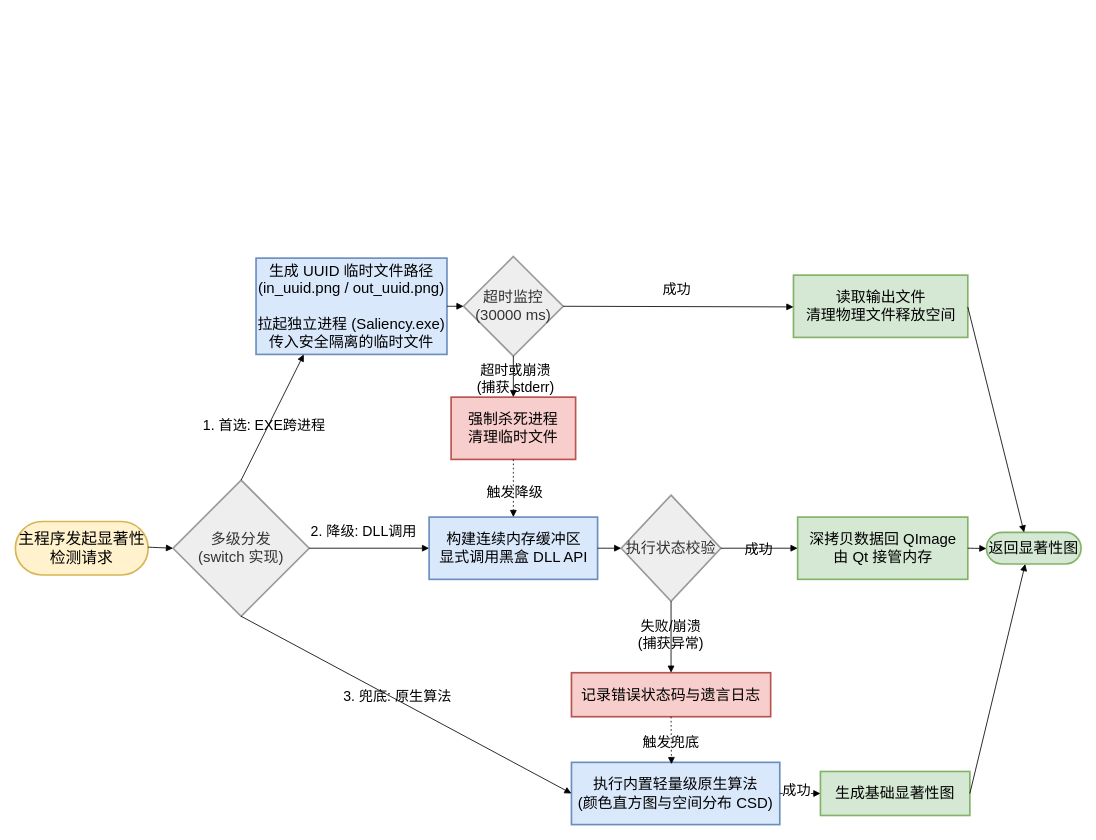
Earlier version of the draw.io diagram page "第 4 页" (3 of 10) of dialog工厂.drawio (crazyBeliever-He/Mermaid-). Source tidied: cells renumbered, new cells numbered last; positions are measured from the earlier drawing's top-left corner, leaving out a move shared by most shapes. Both pictures are drawn from the tidied source at 83%, with x=0, y=0 at pixel (15, 256).
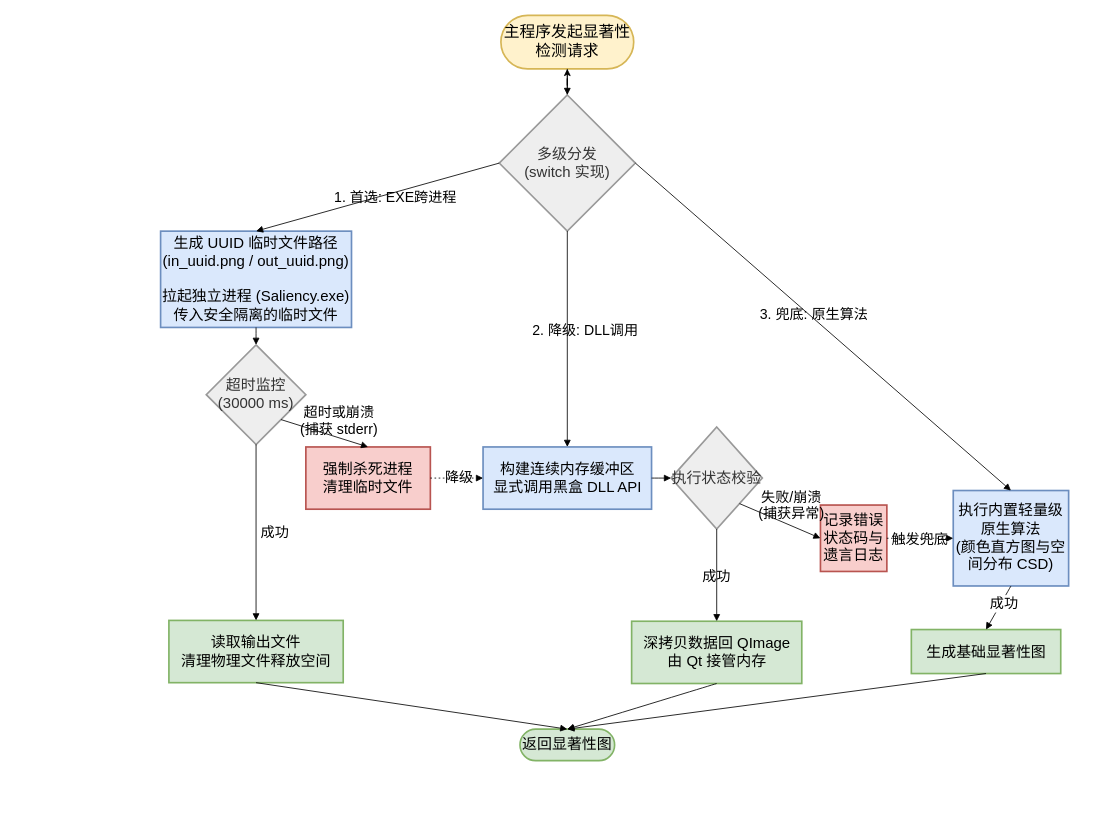
After the change.

Change to the diagram source:
```diff
@@
     <mxCell id="2" value="主程序发起显著性检测请求" style="rounded=1;whiteSpace=wrap;arcSize=50;strokeWidth=2;fillColor=#fff2cc;strokeColor=#d6b656;fontSize=19;" parent="1" vertex="1">
-      <mxGeometry y="319.8" width="160" height="64.5" as="geometry" />
+      <mxGeometry x="585" y="-290" width="160" height="64.5" as="geometry" />
     </mxCell>
+    <mxCell id="32" style="edgeStyle=orthogonalEdgeStyle;rounded=0;jettySize=auto;html=1;" parent="1" edge="1" source="3" target="2">
+      <mxGeometry relative="1" as="geometry" />
+    </mxCell>
     <mxCell id="3" value="多级分发&#10;(switch 实现)" style="rhombus;strokeWidth=2;whiteSpace=wrap;fillColor=light-dark(#eeeeee,#1f2020);strokeColor=light-dark(#999999,#cccccc);fontColor=light-dark(#333333,#cccccc);fontSize=18;" parent="1" vertex="1">
-      <mxGeometry x="190" y="270" width="164" height="164" as="geometry" />
+      <mxGeometry x="583" y="-194" width="164" height="164" as="geometry" />
     </mxCell>
     <mxCell id="4" value="生成 UUID 临时文件路径&#10;(in_uuid.png / out_uuid.png)&#10;&#10;拉起独立进程 (Saliency.exe)&#10;传入安全隔离的临时文件" style="whiteSpace=wrap;strokeWidth=2;fillColor=#dae8fc;strokeColor=#6c8ebf;align=center;fontSize=18;" parent="1" vertex="1">
-      <mxGeometry x="290" y="2.5" width="230" height="116" as="geometry" />
+      <mxGeometry x="175" y="-30" width="230" height="116" as="geometry" />
     </mxCell>
     <mxCell id="5" value="超时监控&#10;(30000 ms)" style="rhombus;strokeWidth=2;whiteSpace=wrap;fillColor=light-dark(#eeeeee,#1f2020);strokeColor=light-dark(#999999,#cccccc);fontColor=light-dark(#333333,#cccccc);fontSize=18;" parent="1" vertex="1">
-      <mxGeometry x="540" y="0.5" width="120" height="120" as="geometry" />
+      <mxGeometry x="230" y="107" width="120" height="120" as="geometry" />
     </mxCell>
     <mxCell id="6" value="强制杀死进程&#10;清理临时文件" style="whiteSpace=wrap;strokeWidth=2;fillColor=#f8cecc;strokeColor=#b85450;fontSize=18;" parent="1" vertex="1">
-      <mxGeometry x="525" y="170" width="150" height="75" as="geometry" />
+      <mxGeometry x="350" y="230" width="150" height="75" as="geometry" />
     </mxCell>
     <mxCell id="7" value="读取输出文件&#10;清理物理文件释放空间" style="whiteSpace=wrap;strokeWidth=2;fillColor=#d5e8d4;strokeColor=#82b366;fontSize=18;" parent="1" vertex="1">
-      <mxGeometry x="937.5" y="23" width="210" height="75" as="geometry" />
+      <mxGeometry x="185" y="439" width="210" height="75" as="geometry" />
     </mxCell>
     <mxCell id="8" value="返回显著性图" style="rounded=1;whiteSpace=wrap;arcSize=50;strokeWidth=2;fillColor=#d5e8d4;strokeColor=#82b366;fontSize=18;" parent="1" vertex="1">
-      <mxGeometry x="1170" y="333" width="114" height="38" as="geometry" />
+      <mxGeometry x="608" y="570" width="114" height="38" as="geometry" />
     </mxCell>
     <mxCell id="9" value="构建连续内存缓冲区&#10;显式调用黑盒 DLL API" style="whiteSpace=wrap;strokeWidth=2;fillColor=#dae8fc;strokeColor=#6c8ebf;fontSize=18;" parent="1" vertex="1">
-      <mxGeometry x="498.5" y="314.5" width="203" height="75" as="geometry" />
+      <mxGeometry x="563.5" y="230" width="203" height="75" as="geometry" />
     </mxCell>
     <mxCell id="10" value="执行状态校验" style="rhombus;strokeWidth=2;whiteSpace=wrap;fillColor=light-dark(#eeeeee,#1f2020);strokeColor=light-dark(#999999,#cccccc);fontColor=light-dark(#333333,#cccccc);fontSize=18;" parent="1" vertex="1">
-      <mxGeometry x="730" y="288" width="120" height="128" as="geometry" />
+      <mxGeometry x="790" y="206" width="110" height="123" as="geometry" />
     </mxCell>
     <mxCell id="11" value="深拷贝数据回 QImage&#10;由 Qt 接管内存" style="whiteSpace=wrap;strokeWidth=2;fillColor=#d5e8d4;strokeColor=#82b366;fontSize=18;" parent="1" vertex="1">
-      <mxGeometry x="942.5" y="314.5" width="205" height="75" as="geometry" />
+      <mxGeometry x="742.5" y="440" width="205" height="75" as="geometry" />
     </mxCell>
     <mxCell id="12" value="记录错误状态码与遗言日志" style="whiteSpace=wrap;strokeWidth=2;fillColor=#f8cecc;strokeColor=#b85450;fontSize=18;" parent="1" vertex="1">
-      <mxGeometry x="670" y="502" width="240" height="53" as="geometry" />
+      <mxGeometry x="970" y="300" width="80" height="80" as="geometry" />
     </mxCell>
     <mxCell id="13" value="执行内置轻量级原生算法&#10;(颜色直方图与空间分布 CSD)" style="whiteSpace=wrap;strokeWidth=2;fillColor=#dae8fc;strokeColor=#6c8ebf;fontSize=18;" parent="1" vertex="1">
-      <mxGeometry x="670" y="610" width="251" height="75" as="geometry" />
+      <mxGeometry x="1130" y="282.5" width="139" height="115" as="geometry" />
     </mxCell>
     <mxCell id="14" value="生成基础显著性图" style="whiteSpace=wrap;strokeWidth=2;fillColor=#d5e8d4;strokeColor=#82b366;fontSize=18;" parent="1" vertex="1">
-      <mxGeometry x="970" y="621" width="180" height="53" as="geometry" />
+      <mxGeometry x="1079.5" y="450" width="180" height="53" as="geometry" />
     </mxCell>
-    <mxCell id="15" style="curved=1;startArrow=none;endArrow=block;exitX=1;exitY=0.48;entryX=0;entryY=0.5;rounded=0;" parent="1" edge="1" source="2" target="3">
+    <mxCell id="15" style="curved=1;startArrow=none;endArrow=block;exitX=0.5;exitY=1;entryX=0.5;entryY=0;rounded=0;exitDx=0;exitDy=0;entryDx=0;entryDy=0;" parent="1" edge="1" source="2" target="3">
       <mxGeometry relative="1" as="geometry" />
     </mxCell>
-    <mxCell id="16" value="1. 首选: EXE跨进程" style="startArrow=none;endArrow=block;exitX=0.5;exitY=0;entryX=0.25;entryY=1;rounded=0;fontSize=17;labelBackgroundColor=none;exitDx=0;exitDy=0;entryDx=0;entryDy=0;" parent="1" edge="1" source="3" target="4">
+    <mxCell id="16" value="1. 首选: EXE跨进程" style="startArrow=none;endArrow=block;entryX=0.5;entryY=0;rounded=0;fontSize=17;labelBackgroundColor=none;entryDx=0;entryDy=0;exitX=0;exitY=0.5;exitDx=0;exitDy=0;" parent="1" edge="1" source="3" target="4">
       <mxGeometry x="-0.14" y="5" relative="1" as="geometry" />
     </mxCell>
-    <mxCell id="17" style="curved=1;startArrow=none;endArrow=block;exitX=1;exitY=0.5;entryX=0;entryY=0.5;rounded=0;entryDx=0;entryDy=0;" parent="1" edge="1" source="4" target="5">
+    <mxCell id="17" style="curved=1;startArrow=none;endArrow=block;exitX=0.5;exitY=1;entryX=0.5;entryY=0;rounded=0;entryDx=0;entryDy=0;exitDx=0;exitDy=0;" parent="1" edge="1" source="4" target="5">
       <mxGeometry relative="1" as="geometry" />
     </mxCell>
-    <mxCell id="18" value="超时或崩溃&#10;(捕获 stderr)" style="startArrow=none;endArrow=block;exitX=0.5;exitY=1;entryX=0.5;entryY=0;rounded=0;exitDx=0;exitDy=0;fontSize=17;labelBackgroundColor=none;entryDx=0;entryDy=0;" parent="1" edge="1" source="5" target="6">
-      <mxGeometry x="0.05" y="3" relative="1" as="geometry" />
+    <mxCell id="18" value="超时或崩溃&#10;(捕获 stderr)" style="startArrow=none;endArrow=block;exitX=1;exitY=1;entryX=0.5;entryY=0;rounded=0;exitDx=0;exitDy=0;fontSize=17;labelBackgroundColor=none;entryDx=0;entryDy=0;" parent="1" edge="1" source="5" target="6">
+      <mxGeometry x="0.21" y="21" relative="1" as="geometry" />
     </mxCell>
-    <mxCell id="19" value="成功" style="startArrow=none;endArrow=block;exitX=1;exitY=0.5;entryX=0;entryY=0.51;rounded=0;exitDx=0;exitDy=0;labelBackgroundColor=none;fontSize=17;" parent="1" edge="1" source="5" target="7">
+    <mxCell id="19" value="成功" style="startArrow=none;endArrow=block;exitX=0.5;exitY=1;entryX=0.5;entryY=0;rounded=0;exitDx=0;exitDy=0;labelBackgroundColor=none;fontSize=17;entryDx=0;entryDy=0;" parent="1" edge="1" source="5" target="7">
       <mxGeometry x="-0.02" y="22" relative="1" as="geometry">
         <mxPoint x="1" as="offset" />
       </mxGeometry>
     </mxCell>
-    <mxCell id="20" style="startArrow=none;endArrow=block;exitX=1;exitY=0.51;entryX=0.4;entryY=0.01;rounded=0;" parent="1" edge="1" source="7" target="8">
+    <mxCell id="20" style="startArrow=none;endArrow=block;exitX=0.5;exitY=1;entryX=0.5;entryY=0;rounded=0;exitDx=0;exitDy=0;entryDx=0;entryDy=0;" parent="1" edge="1" source="7" target="8">
       <mxGeometry relative="1" as="geometry" />
     </mxCell>
-    <mxCell id="21" value="触发降级" style="dashed=1;dashPattern=2 3;startArrow=none;endArrow=block;exitX=0.5;exitY=1;rounded=0;labelBackgroundColor=none;fontSize=17;exitDx=0;exitDy=0;entryX=0.5;entryY=0;entryDx=0;entryDy=0;" parent="1" edge="1" source="6" target="9">
+    <mxCell id="21" value="降级" style="dashed=1;dashPattern=2 3;startArrow=none;endArrow=block;exitX=1;exitY=0.5;rounded=0;labelBackgroundColor=none;fontSize=17;exitDx=0;exitDy=0;entryX=0;entryY=0.5;entryDx=0;entryDy=0;" parent="1" edge="1" source="6" target="9">
       <mxGeometry x="0.1" y="2" relative="1" as="geometry" />
     </mxCell>
-    <mxCell id="22" value="2. 降级: DLL调用" style="startArrow=none;endArrow=block;exitX=1;exitY=0.5;entryX=0;entryY=0.5;rounded=0;labelBackgroundColor=none;fontSize=17;entryDx=0;entryDy=0;" parent="1" edge="1" source="3" target="9">
+    <mxCell id="22" value="2. 降级: DLL调用" style="startArrow=none;endArrow=block;exitX=0.5;exitY=1;entryX=0.5;entryY=0;rounded=0;labelBackgroundColor=none;fontSize=17;entryDx=0;entryDy=0;exitDx=0;exitDy=0;" parent="1" edge="1" source="3" target="9">
       <mxGeometry x="-0.09" y="22" relative="1" as="geometry" />
     </mxCell>
@@
-    <mxCell id="24" value="成功" style="startArrow=none;endArrow=block;exitX=1;exitY=0.5;entryX=0;entryY=0.5;rounded=0;exitDx=0;exitDy=0;labelBackgroundColor=none;fontSize=17;" parent="1" edge="1" source="10" target="11">
+    <mxCell id="24" value="成功" style="startArrow=none;endArrow=block;exitX=0.5;exitY=1;entryX=0.5;entryY=0;rounded=0;exitDx=0;exitDy=0;labelBackgroundColor=none;fontSize=17;entryDx=0;entryDy=0;" parent="1" edge="1" source="10" target="11">
       <mxGeometry relative="1" as="geometry" />
     </mxCell>
-    <mxCell id="25" style="curved=1;startArrow=none;endArrow=block;exitX=1;exitY=0.5;entryX=0;entryY=0.51;rounded=0;" parent="1" edge="1" source="11" target="8">
+    <mxCell id="25" style="curved=1;startArrow=none;endArrow=block;exitX=0.5;exitY=1;entryX=0.5;entryY=0;rounded=0;exitDx=0;exitDy=0;entryDx=0;entryDy=0;" parent="1" edge="1" source="11" target="8">
       <mxGeometry relative="1" as="geometry" />
     </mxCell>
-    <mxCell id="26" value="失败/崩溃&#10;(捕获异常)" style="startArrow=none;endArrow=block;exitX=0.5;exitY=1;entryX=0.5;entryY=0;rounded=0;exitDx=0;exitDy=0;fontSize=17;labelBackgroundColor=none;entryDx=0;entryDy=0;" parent="1" edge="1" source="10" target="12">
-      <mxGeometry x="-0.1" relative="1" as="geometry" />
+    <mxCell id="26" value="失败/崩溃&#10;(捕获异常)" style="startArrow=none;endArrow=block;exitX=1;exitY=1;entryX=0;entryY=0.5;rounded=0;exitDx=0;exitDy=0;fontSize=17;labelBackgroundColor=none;entryDx=0;entryDy=0;" parent="1" edge="1" source="10" target="12">
+      <mxGeometry x="0.09" y="24" relative="1" as="geometry" />
     </mxCell>
-    <mxCell id="27" value="触发兜底" style="dashed=1;dashPattern=2 3;startArrow=none;endArrow=block;exitX=0.5;exitY=1;entryX=0.48;entryY=0.029;rounded=0;entryDx=0;entryDy=0;entryPerimeter=0;fontSize=17;labelBackgroundColor=none;exitDx=0;exitDy=0;" parent="1" edge="1" source="12" target="13">
+    <mxCell id="27" value="触发兜底" style="dashed=1;dashPattern=2 3;startArrow=none;endArrow=block;exitX=1;exitY=0.5;entryX=0;entryY=0.5;rounded=0;entryDx=0;entryDy=0;fontSize=17;labelBackgroundColor=none;exitDx=0;exitDy=0;" parent="1" edge="1" source="12" target="13">
       <mxGeometry relative="1" as="geometry" />
     </mxCell>
-    <mxCell id="28" value="3. 兜底: 原生算法" style="startArrow=none;endArrow=block;exitX=0.5;exitY=1;entryX=0;entryY=0.5;rounded=0;labelBackgroundColor=none;fontSize=17;entryDx=0;entryDy=0;exitDx=0;exitDy=0;" parent="1" edge="1" source="3" target="13">
+    <mxCell id="28" value="3. 兜底: 原生算法" style="startArrow=none;endArrow=block;exitX=1;exitY=0.5;entryX=0.5;entryY=0;rounded=0;labelBackgroundColor=none;fontSize=17;entryDx=0;entryDy=0;exitDx=0;exitDy=0;" parent="1" edge="1" source="3" target="13">
       <mxGeometry x="-0.06" y="6" relative="1" as="geometry">
         <mxPoint x="-1" as="offset" />
       </mxGeometry>
     </mxCell>
-    <mxCell id="29" style="curved=1;startArrow=none;endArrow=block;exitX=1;exitY=0.5;entryX=0;entryY=0.5;rounded=0;" parent="1" edge="1" source="13" target="14">
+    <mxCell id="29" style="curved=1;startArrow=none;endArrow=block;exitX=0.5;exitY=1;entryX=0.5;entryY=0;rounded=0;exitDx=0;exitDy=0;entryDx=0;entryDy=0;" parent="1" edge="1" source="13" target="14">
       <mxGeometry relative="1" as="geometry" />
     </mxCell>
@@
-    <mxCell id="31" style="startArrow=none;endArrow=block;exitX=1;exitY=0.5;entryX=0.41;entryY=1;rounded=0;" parent="1" edge="1" source="14" target="8">
+    <mxCell id="31" style="startArrow=none;endArrow=block;exitX=0.5;exitY=1;entryX=0.5;entryY=0;rounded=0;entryDx=0;entryDy=0;exitDx=0;exitDy=0;" parent="1" edge="1" source="14" target="8">
       <mxGeometry relative="1" as="geometry" />
     </mxCell>
```
